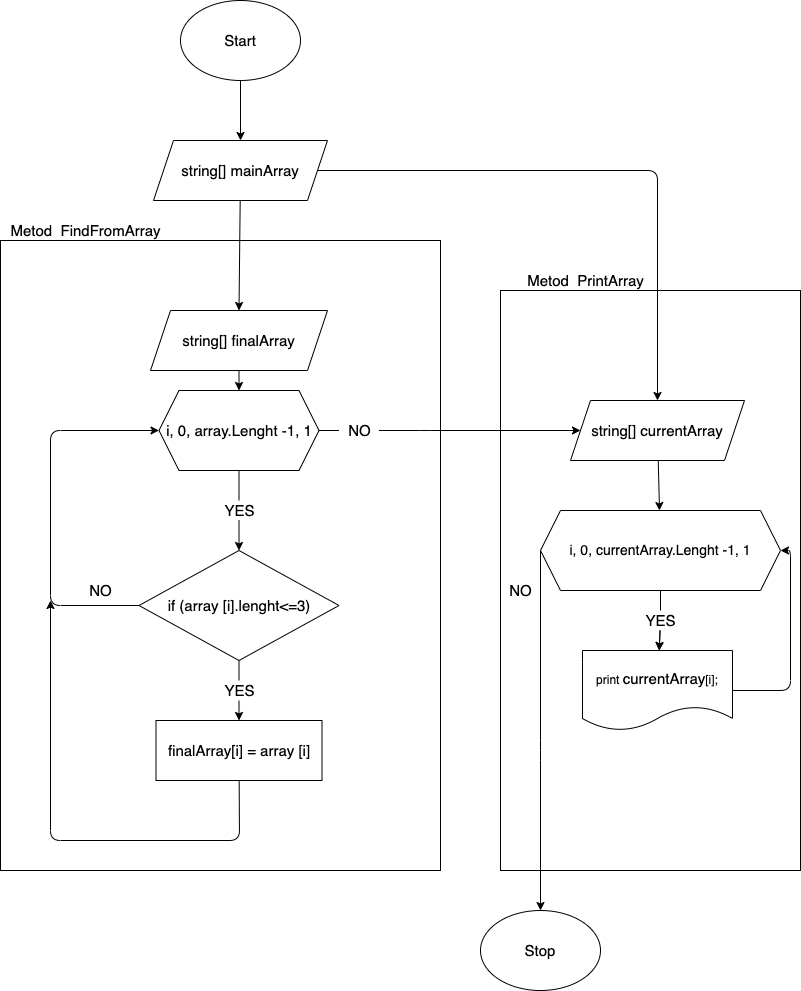
This is block.drawio.png from hasslehub/ControlWork, a draw.io export, as it was before one commit. Source tidied: cells renumbered, new cells last; positions are measured from the earlier drawing's top-left corner, leaving out a move shared by most shapes.
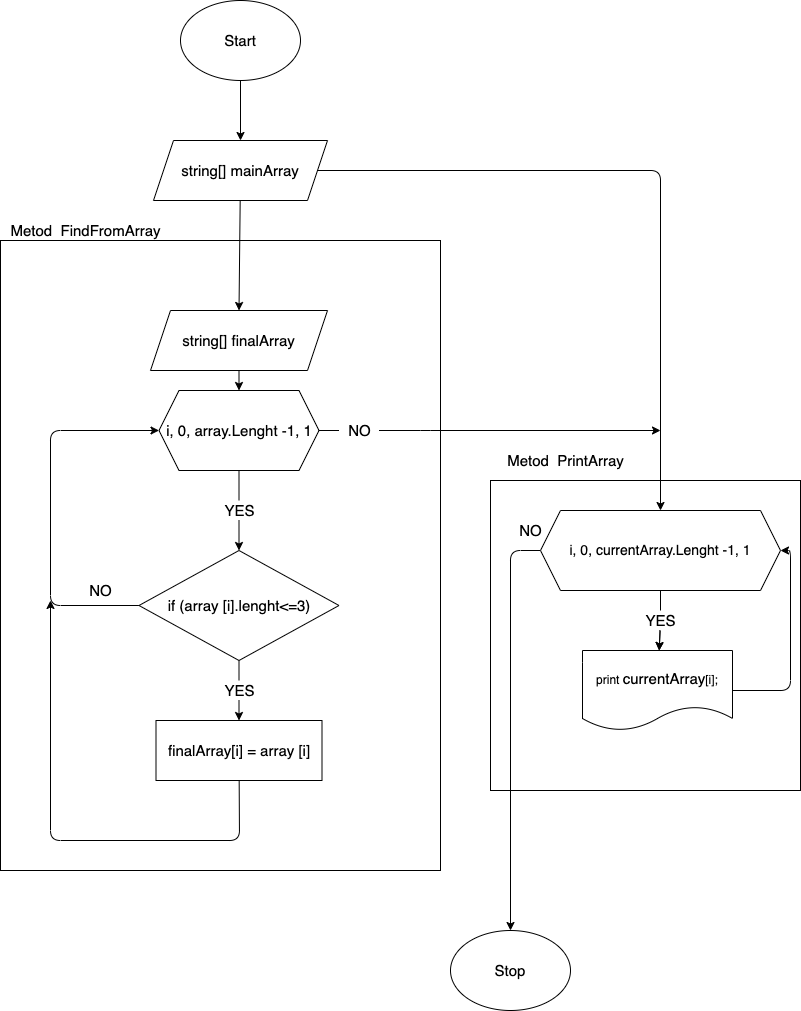
After the change.

Diff of the diagram source:
```diff
@@ -2,18 +2,18 @@
   <root>
     <mxCell id="0" />
     <mxCell id="1" parent="0" />
-    <mxCell id="2" style="rounded=0;whiteSpace=wrap;html=1;labelBackgroundColor=none;fontSize=15;" parent="1" vertex="1">
-      <mxGeometry x="500" y="290" width="300" height="580" as="geometry" />
-    </mxCell>
+    <mxCell id="40" style="whiteSpace=wrap;html=1;fontSize=14;" parent="1" vertex="1">
+      <mxGeometry x="490" y="480" width="310" height="310" as="geometry" />
+    </mxCell>
     <mxCell id="3" style="rounded=0;whiteSpace=wrap;html=1;labelBackgroundColor=none;fontSize=15;" parent="1" vertex="1">
       <mxGeometry y="240" width="440" height="630" as="geometry" />
     </mxCell>
     <mxCell id="4" style="edgeStyle=none;html=1;entryX=0.5;entryY=0;entryDx=0;entryDy=0;fontSize=12;startArrow=none;" parent="1" edge="1" source="30" target="16">
       <mxGeometry relative="1" as="geometry" />
     </mxCell>
-    <mxCell id="5" style="edgeStyle=none;html=1;fontSize=15;entryX=0;entryY=0.5;entryDx=0;entryDy=0;startArrow=none;" parent="1" edge="1" source="32">
+    <mxCell id="5" style="edgeStyle=none;html=1;fontSize=15;startArrow=none;" parent="1" edge="1" source="32">
       <mxGeometry relative="1" as="geometry">
-        <mxPoint x="580" y="430" as="targetPoint" />
+        <mxPoint x="660" y="430" as="targetPoint" />
         <Array as="points">
           <mxPoint x="430" y="430" />
         </Array>
@@ -28,16 +28,16 @@
     <mxCell id="8" value="&lt;font style=&quot;font-size: 15px&quot;&gt;Start&lt;/font&gt;" style="ellipse;whiteSpace=wrap;html=1;" parent="1" vertex="1">
       <mxGeometry x="180" width="120" height="80" as="geometry" />
     </mxCell>
-    <mxCell id="9" style="edgeStyle=none;html=1;fontSize=12;entryX=0.5;entryY=0;entryDx=0;entryDy=0;" parent="1" edge="1" source="11" target="27">
-      <mxGeometry relative="1" as="geometry">
-        <Array as="points">
-          <mxPoint x="657" y="170" />
-        </Array>
-      </mxGeometry>
-    </mxCell>
     <mxCell id="10" style="edgeStyle=none;html=1;entryX=0.5;entryY=0;entryDx=0;entryDy=0;fontSize=12;" parent="1" edge="1" source="11" target="13">
       <mxGeometry relative="1" as="geometry" />
     </mxCell>
+    <mxCell id="41" style="edgeStyle=none;html=1;fontSize=14;entryX=0.5;entryY=0;entryDx=0;entryDy=0;" parent="1" edge="1" source="11" target="25">
+      <mxGeometry relative="1" as="geometry">
+        <Array as="points">
+          <mxPoint x="660" y="170" />
+        </Array>
+      </mxGeometry>
+    </mxCell>
     <mxCell id="11" value="&lt;font style=&quot;font-size: 15px&quot;&gt;string[] mainArray&lt;/font&gt;" style="shape=parallelogram;perimeter=parallelogramPerimeter;whiteSpace=wrap;html=1;fixedSize=1;" parent="1" vertex="1">
       <mxGeometry x="153" y="140" width="174" height="60" as="geometry" />
     </mxCell>
@@ -88,24 +88,17 @@
     <mxCell id="23" style="edgeStyle=none;html=1;fontSize=15;startArrow=none;" parent="1" edge="1" source="35" target="29">
       <mxGeometry relative="1" as="geometry" />
     </mxCell>
-    <mxCell id="24" style="edgeStyle=none;html=1;fontSize=15;" parent="1" edge="1" source="25">
+    <mxCell id="24" style="edgeStyle=none;html=1;fontSize=15;entryX=0.5;entryY=0;entryDx=0;entryDy=0;" parent="1" edge="1" source="25" target="38">
       <mxGeometry relative="1" as="geometry">
-        <mxPoint x="540" y="910" as="targetPoint" />
         <Array as="points">
           <mxPoint x="540" y="550" />
-          <mxPoint x="540" y="750" />
+          <mxPoint x="510" y="550" />
         </Array>
       </mxGeometry>
     </mxCell>
     <mxCell id="25" value="&lt;font style=&quot;font-size: 14px&quot;&gt;i, 0, currentArray.Lenght -1, 1&lt;/font&gt;" style="shape=hexagon;perimeter=hexagonPerimeter2;whiteSpace=wrap;html=1;fixedSize=1;" parent="1" vertex="1">
       <mxGeometry x="540" y="510" width="240" height="80" as="geometry" />
     </mxCell>
-    <mxCell id="26" style="edgeStyle=none;html=1;fontSize=15;" parent="1" edge="1" source="27" target="25">
-      <mxGeometry relative="1" as="geometry" />
-    </mxCell>
-    <mxCell id="27" value="&lt;font style=&quot;font-size: 15px&quot;&gt;string[] currentArray&lt;/font&gt;" style="shape=parallelogram;perimeter=parallelogramPerimeter;whiteSpace=wrap;html=1;fixedSize=1;" parent="1" vertex="1">
-      <mxGeometry x="570" y="400" width="174" height="60" as="geometry" />
-    </mxCell>
     <mxCell id="28" style="edgeStyle=none;html=1;fontSize=15;entryX=1;entryY=0.5;entryDx=0;entryDy=0;" parent="1" edge="1" source="29" target="25">
       <mxGeometry relative="1" as="geometry">
         <Array as="points">
@@ -139,13 +132,13 @@
       <mxGeometry relative="1" as="geometry" />
     </mxCell>
     <mxCell id="37" value="NO" style="text;html=1;align=center;verticalAlign=middle;strokeColor=none;fillColor=none;fontSize=15;" parent="1" vertex="1">
-      <mxGeometry x="500" y="580" width="40" height="20" as="geometry" />
+      <mxGeometry x="510" y="520" width="40" height="20" as="geometry" />
     </mxCell>
     <mxCell id="38" value="&lt;font style=&quot;font-size: 15px&quot;&gt;Stop&lt;/font&gt;" style="ellipse;whiteSpace=wrap;html=1;" parent="1" vertex="1">
-      <mxGeometry x="480" y="910" width="120" height="80" as="geometry" />
+      <mxGeometry x="450" y="930" width="120" height="80" as="geometry" />
     </mxCell>
     <mxCell id="39" value="Metod&amp;nbsp; PrintArray" style="text;html=1;align=center;verticalAlign=middle;strokeColor=none;fillColor=none;fontSize=15;" parent="1" vertex="1">
-      <mxGeometry x="520" y="270" width="130" height="20" as="geometry" />
+      <mxGeometry x="500" y="450" width="130" height="20" as="geometry" />
     </mxCell>
   </root>
 </mxGraphModel>
```
